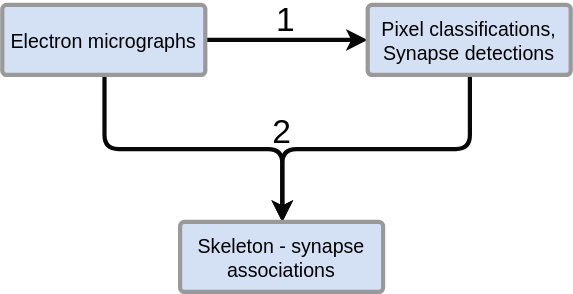
Above: architecture/simple_architecture_v2.svg in k-dominik/skeleton_synapses (draw.io), before the change. Source tidied: cells renumbered, new cells last; positions are measured from the earlier drawing's top-left corner, leaving out a move shared by most shapes.
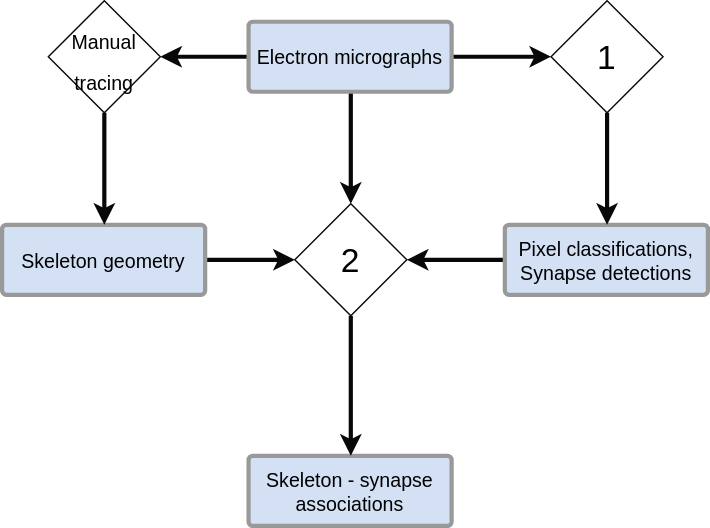
The same file after the commit.

The edit, as a diff of the source:
```diff
@@ -2,32 +2,50 @@
   <root>
     <mxCell id="0" />
     <mxCell id="1" parent="0" />
-    <mxCell id="2" style="edgeStyle=none;rounded=0;html=1;exitX=1;exitY=0.5;exitPerimeter=0;entryX=0;entryY=0.5;entryPerimeter=0;startArrow=none;startFill=0;endArrow=classic;endFill=1;jettySize=auto;strokeColor=#080808;strokeWidth=3;fontSize=15;" parent="1" edge="1" source="5" target="7">
-      <mxGeometry relative="1" as="geometry" />
-    </mxCell>
+    <mxCell id="11" style="edgeStyle=orthogonalEdgeStyle;rounded=1;html=1;exitX=1;exitY=0.5;exitPerimeter=0;entryX=0;entryY=0.5;startArrow=none;startFill=0;endArrow=classic;endFill=1;jettySize=auto;strokeColor=#080808;strokeWidth=3;fontSize=24;" parent="1" edge="1" source="5" target="3">
+      <mxGeometry relative="1" as="geometry" />
+    </mxCell>
+    <mxCell id="12" style="edgeStyle=orthogonalEdgeStyle;rounded=1;html=1;exitX=0.5;exitY=1;exitPerimeter=0;entryX=0.5;entryY=0;startArrow=none;startFill=0;endArrow=classic;endFill=1;jettySize=auto;strokeColor=#080808;strokeWidth=3;fontSize=24;" parent="1" edge="1" source="5" target="10">
+      <mxGeometry relative="1" as="geometry" />
+    </mxCell>
+    <mxCell id="13" style="edgeStyle=orthogonalEdgeStyle;rounded=1;html=1;exitX=0;exitY=0.5;exitPerimeter=0;entryX=1;entryY=0.5;startArrow=none;startFill=0;endArrow=classic;endFill=1;jettySize=auto;strokeColor=#080808;strokeWidth=3;fontSize=24;" parent="1" edge="1" source="5" target="19">
+      <mxGeometry relative="1" as="geometry" />
+    </mxCell>
+    <mxCell id="5" value="Electron micrographs" style="strokeWidth=3;html=1;shape=mxgraph.flowchart.process;whiteSpace=wrap;fillColor=#D4E1F5;fontSize=14;strokeColor=#999999;" parent="1" vertex="1">
+      <mxGeometry x="176" width="145" height="50" as="geometry" />
+    </mxCell>
+    <mxCell id="14" style="edgeStyle=orthogonalEdgeStyle;rounded=1;html=1;exitX=0;exitY=0.5;exitPerimeter=0;entryX=1;entryY=0.5;startArrow=none;startFill=0;endArrow=classic;endFill=1;jettySize=auto;strokeColor=#080808;strokeWidth=3;fontSize=24;" parent="1" edge="1" source="7" target="10">
+      <mxGeometry relative="1" as="geometry" />
+    </mxCell>
+    <mxCell id="7" value="Pixel classifications,&lt;div&gt;Synapse detections&lt;/div&gt;" style="strokeWidth=3;html=1;shape=mxgraph.flowchart.process;whiteSpace=wrap;fillColor=#D4E1F5;fontSize=14;strokeColor=#999999;" parent="1" vertex="1">
+      <mxGeometry x="359" y="145" width="145" height="50" as="geometry" />
+    </mxCell>
+    <mxCell id="9" value="Skeleton - synapse associations" style="strokeWidth=3;html=1;shape=mxgraph.flowchart.process;whiteSpace=wrap;fillColor=#D4E1F5;fontSize=14;strokeColor=#999999;" parent="1" vertex="1">
+      <mxGeometry x="176" y="310" width="145" height="50" as="geometry" />
+    </mxCell>
+    <mxCell id="15" style="edgeStyle=orthogonalEdgeStyle;rounded=1;html=1;exitX=1;exitY=0.5;exitPerimeter=0;entryX=0;entryY=0.5;startArrow=none;startFill=0;endArrow=classic;endFill=1;jettySize=auto;strokeColor=#080808;strokeWidth=3;fontSize=24;" parent="1" edge="1" source="8" target="10">
+      <mxGeometry relative="1" as="geometry" />
+    </mxCell>
+    <mxCell id="8" value="Skeleton geometry" style="strokeWidth=3;html=1;shape=mxgraph.flowchart.process;whiteSpace=wrap;fillColor=#D4E1F5;fontSize=14;strokeColor=#999999;" parent="1" vertex="1">
+      <mxGeometry y="145" width="145" height="50" as="geometry" />
+    </mxCell>
+    <mxCell id="16" style="edgeStyle=orthogonalEdgeStyle;rounded=1;html=1;exitX=0.5;exitY=1;entryX=0.5;entryY=0;entryPerimeter=0;startArrow=none;startFill=0;endArrow=classic;endFill=1;jettySize=auto;strokeColor=#080808;strokeWidth=3;fontSize=24;" parent="1" edge="1" source="3" target="7">
+      <mxGeometry relative="1" as="geometry" />
+    </mxCell>
-    <mxCell id="3" value="1&lt;div&gt;&lt;br&gt;&lt;/div&gt;" style="text;html=1;points=[];align=center;verticalAlign=middle;labelBackgroundColor=none;fontSize=24;" parent="2" vertex="1">
-      <mxGeometry x="-0.02" y="2" relative="1" as="geometry" />
+    <mxCell id="3" value="1" style="rhombus;whiteSpace=wrap;html=1;labelBackgroundColor=none;strokeColor=#080808;strokeWidth=1;fillColor=#FFFFFF;fontSize=24;align=center;" parent="1" vertex="1">
+      <mxGeometry x="392" y="-15" width="80" height="80" as="geometry" />
     </mxCell>
-    <mxCell id="4" style="edgeStyle=orthogonalEdgeStyle;rounded=1;html=1;exitX=0.5;exitY=1;exitPerimeter=0;entryX=0.5;entryY=0;entryPerimeter=0;startArrow=none;startFill=0;endArrow=classic;endFill=1;jettySize=auto;strokeColor=#080808;strokeWidth=3;fontSize=15;" parent="1" edge="1" source="5" target="9">
-      <mxGeometry relative="1" as="geometry" />
-    </mxCell>
-    <mxCell id="5" value="Electron micrographs" style="strokeWidth=3;html=1;shape=mxgraph.flowchart.process;whiteSpace=wrap;fillColor=#D4E1F5;fontSize=14;strokeColor=#999999;" parent="1" vertex="1">
-      <mxGeometry width="145" height="50" as="geometry" />
-    </mxCell>
-    <mxCell id="6" style="edgeStyle=orthogonalEdgeStyle;rounded=1;html=1;exitX=0.5;exitY=1;exitPerimeter=0;entryX=0.5;entryY=0;entryPerimeter=0;startArrow=none;startFill=0;endArrow=classic;endFill=1;jettySize=auto;strokeColor=#080808;strokeWidth=3;fontSize=15;" parent="1" edge="1" source="7" target="9">
-      <mxGeometry relative="1" as="geometry" />
-    </mxCell>
-    <mxCell id="7" value="Pixel classifications,&lt;div&gt;Synapse detections&lt;/div&gt;" style="strokeWidth=3;html=1;shape=mxgraph.flowchart.process;whiteSpace=wrap;fillColor=#D4E1F5;fontSize=14;strokeColor=#999999;" parent="1" vertex="1">
-      <mxGeometry x="261" width="145" height="50" as="geometry" />
-    </mxCell>
-    <mxCell id="8" style="group;" parent="1" vertex="1">
-      <mxGeometry x="127" y="80" width="145" height="125" as="geometry" />
-    </mxCell>
-    <mxCell id="9" value="Skeleton - synapse associations" style="strokeWidth=3;html=1;shape=mxgraph.flowchart.process;whiteSpace=wrap;fillColor=#D4E1F5;fontSize=14;strokeColor=#999999;" parent="8" vertex="1">
-      <mxGeometry y="75" width="145" height="50" as="geometry" />
-    </mxCell>
+    <mxCell id="17" style="edgeStyle=orthogonalEdgeStyle;rounded=1;html=1;exitX=0.5;exitY=1;entryX=0.5;entryY=0;entryPerimeter=0;startArrow=none;startFill=0;endArrow=classic;endFill=1;jettySize=auto;strokeColor=#080808;strokeWidth=3;fontSize=24;" parent="1" edge="1" source="10" target="9">
+      <mxGeometry relative="1" as="geometry" />
+    </mxCell>
-    <mxCell id="10" value="2" style="text;html=1;strokeColor=none;fillColor=none;align=center;verticalAlign=middle;whiteSpace=wrap;labelBackgroundColor=none;fontSize=24;" parent="8" vertex="1">
-      <mxGeometry x="53" width="40" height="20" as="geometry" />
+    <mxCell id="10" value="2" style="rhombus;whiteSpace=wrap;html=1;labelBackgroundColor=none;strokeColor=#080808;strokeWidth=1;fillColor=#FFFFFF;fontSize=24;align=center;" parent="1" vertex="1">
+      <mxGeometry x="209" y="130" width="80" height="80" as="geometry" />
     </mxCell>
+    <mxCell id="18" style="edgeStyle=orthogonalEdgeStyle;rounded=1;html=1;exitX=0.5;exitY=1;entryX=0.5;entryY=0;entryPerimeter=0;startArrow=none;startFill=0;endArrow=classic;endFill=1;jettySize=auto;strokeColor=#080808;strokeWidth=3;fontSize=24;" parent="1" edge="1" source="19" target="8">
+      <mxGeometry relative="1" as="geometry" />
+    </mxCell>
+    <mxCell id="19" value="&lt;font style=&quot;font-size: 14px&quot;&gt;Manual&lt;/font&gt;&lt;div&gt;&lt;font style=&quot;font-size: 14px&quot;&gt;tracing&lt;/font&gt;&lt;/div&gt;" style="rhombus;whiteSpace=wrap;html=1;labelBackgroundColor=none;strokeColor=#080808;strokeWidth=1;fillColor=#FFFFFF;fontSize=24;align=center;" parent="1" vertex="1">
+      <mxGeometry x="33" y="-15" width="80" height="80" as="geometry" />
+    </mxCell>
   </root>
 </mxGraphModel>
```
